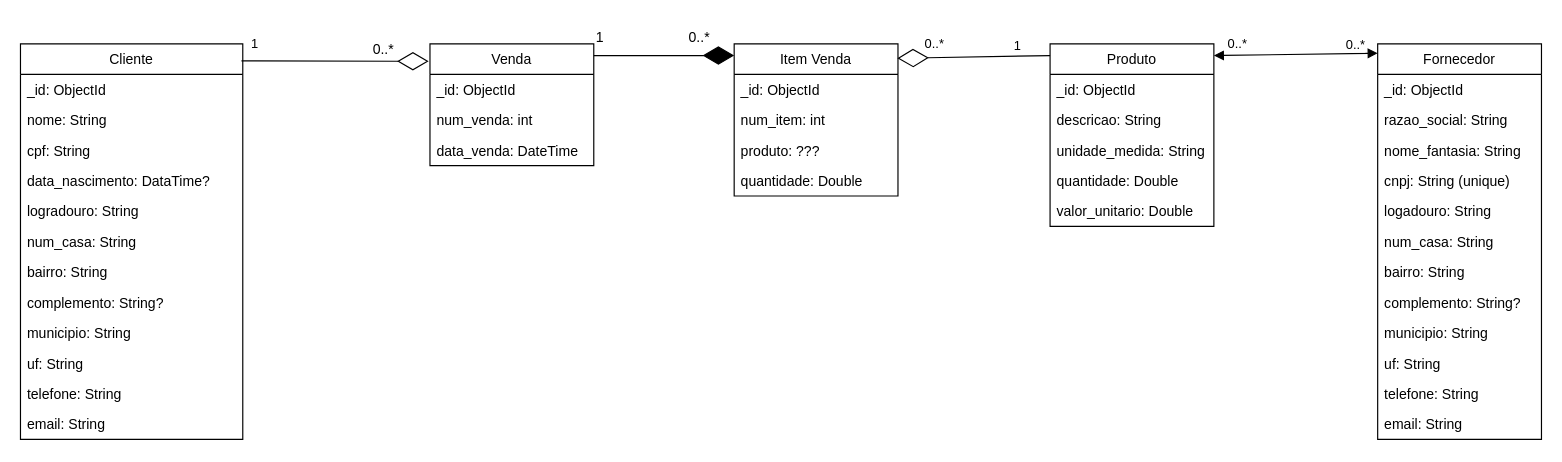
Before: docs/NoAM.drawio in faustocintra/bn-not-2024-1, a draw.io diagram. Source tidied: cells renumbered, new cells numbered last; positions are measured from the earlier drawing's top-left corner, leaving out a move shared by most shapes. Both pictures are drawn from the tidied source at 117%, with x=0, y=0 at pixel (20, 20).
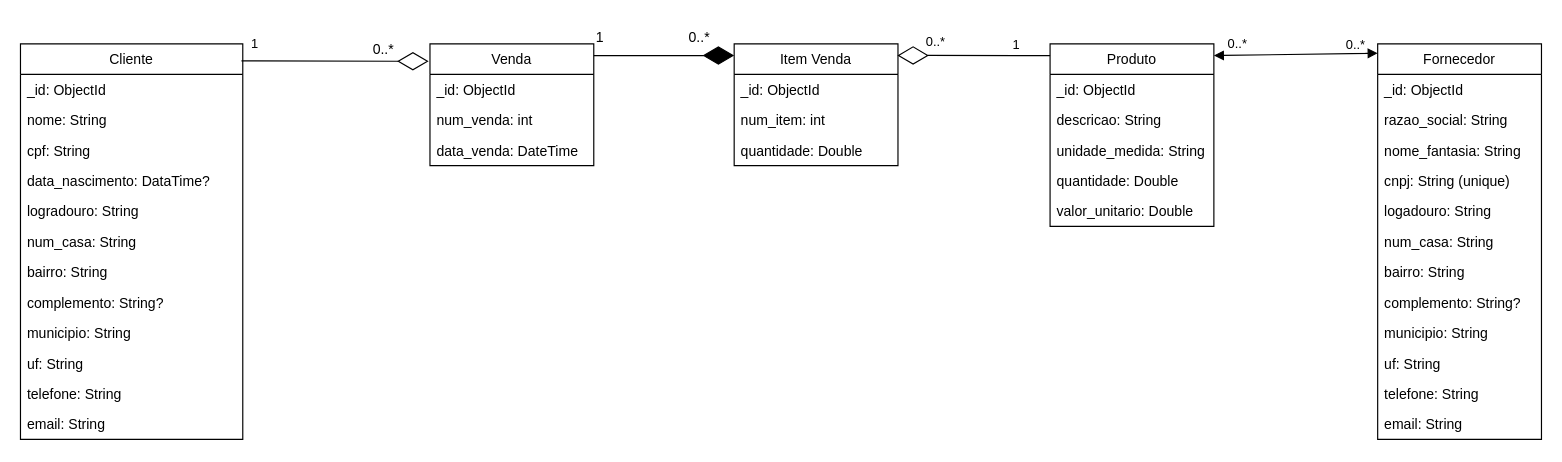
After the change.

The edit, as a diff of the source:
```diff
@@
     <mxCell id="38" value="Item Venda" style="swimlane;fontStyle=0;horizontal=1;startSize=26;fillColor=none;" parent="1" vertex="1">
-      <mxGeometry x="610" y="20" width="140" height="130" as="geometry" />
+      <mxGeometry x="610" y="20" width="140" height="104" as="geometry" />
     </mxCell>
@@
-    <mxCell id="41" value="produto: ???" style="text;strokeColor=none;fillColor=none;align=left;verticalAlign=top;spacingLeft=4;spacingRight=4;overflow=hidden;" parent="38" vertex="1">
-      <mxGeometry y="78" width="140" height="26" as="geometry" />
-    </mxCell>
     <mxCell id="42" value="quantidade: Double" style="text;strokeColor=none;fillColor=none;align=left;verticalAlign=top;spacingLeft=4;spacingRight=4;overflow=hidden;" parent="38" vertex="1">
-      <mxGeometry y="104" width="140" height="26" as="geometry" />
+      <mxGeometry y="78" width="140" height="26" as="geometry" />
     </mxCell>
```
